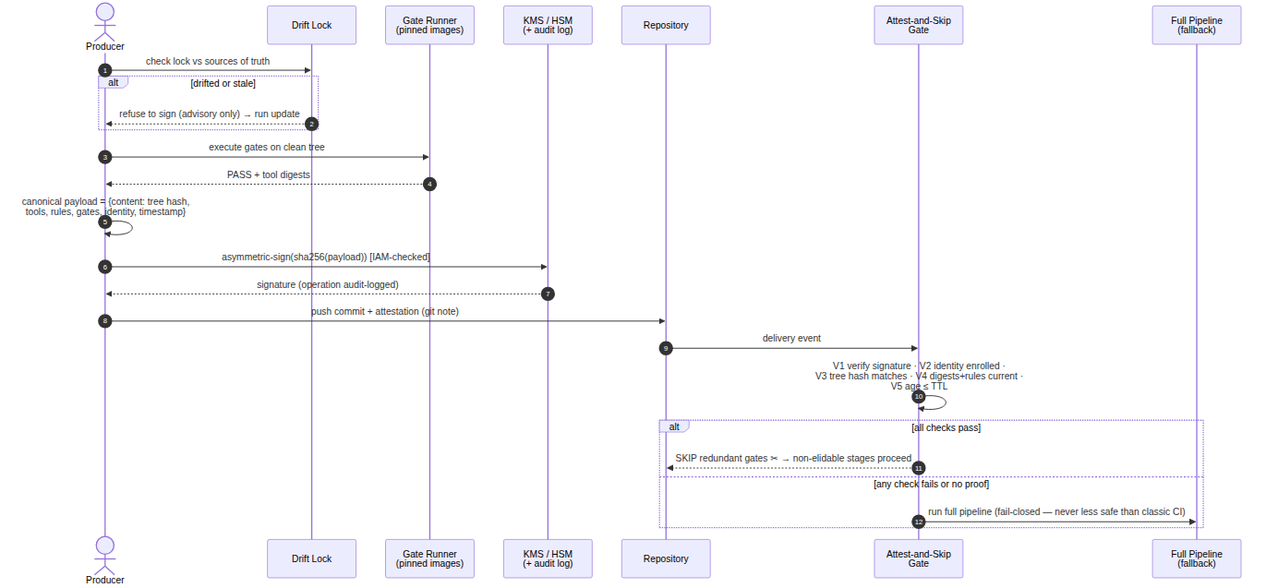
The Mermaid diagram diagrams/attest-and-skip-sequence.png in JackCid89/proof-carrying-pipelines, before a commit. Its source is kept beside it as diagrams/attest-and-skip-sequence.mmd. The source it was exported from:
```mermaid
sequenceDiagram
    autonumber
    actor P as Producer
    participant L as Drift Lock
    participant G as Gate Runner<br/>(pinned images)
    participant K as KMS / HSM<br/>(+ audit log)
    participant R as Repository
    participant V as Attest-and-Skip<br/>Gate
    participant F as Full Pipeline<br/>(fallback)

    P->>L: check lock vs sources of truth
    alt drifted or stale
        L-->>P: refuse to sign (advisory only) → run update
    end
    P->>G: execute gates on clean tree
    G-->>P: PASS + tool digests
    P->>P: canonical payload = {content: tree hash,<br/>tools, rules, gates, identity, timestamp}
    P->>K: asymmetric-sign(sha256(payload)) [IAM-checked]
    K-->>P: signature (operation audit-logged)
    P->>R: push commit + attestation (git note)
    R->>V: delivery event
    V->>V: V1 verify signature · V2 identity enrolled ·<br/>V3 tree hash matches · V4 digests+rules current ·<br/>V5 age ≤ TTL
    alt all checks pass
        V-->>R: SKIP redundant gates ✂ → non-elidable stages proceed
    else any check fails or no proof
        V->>F: run full pipeline (fail-closed — never less safe than classic CI)
    end
```
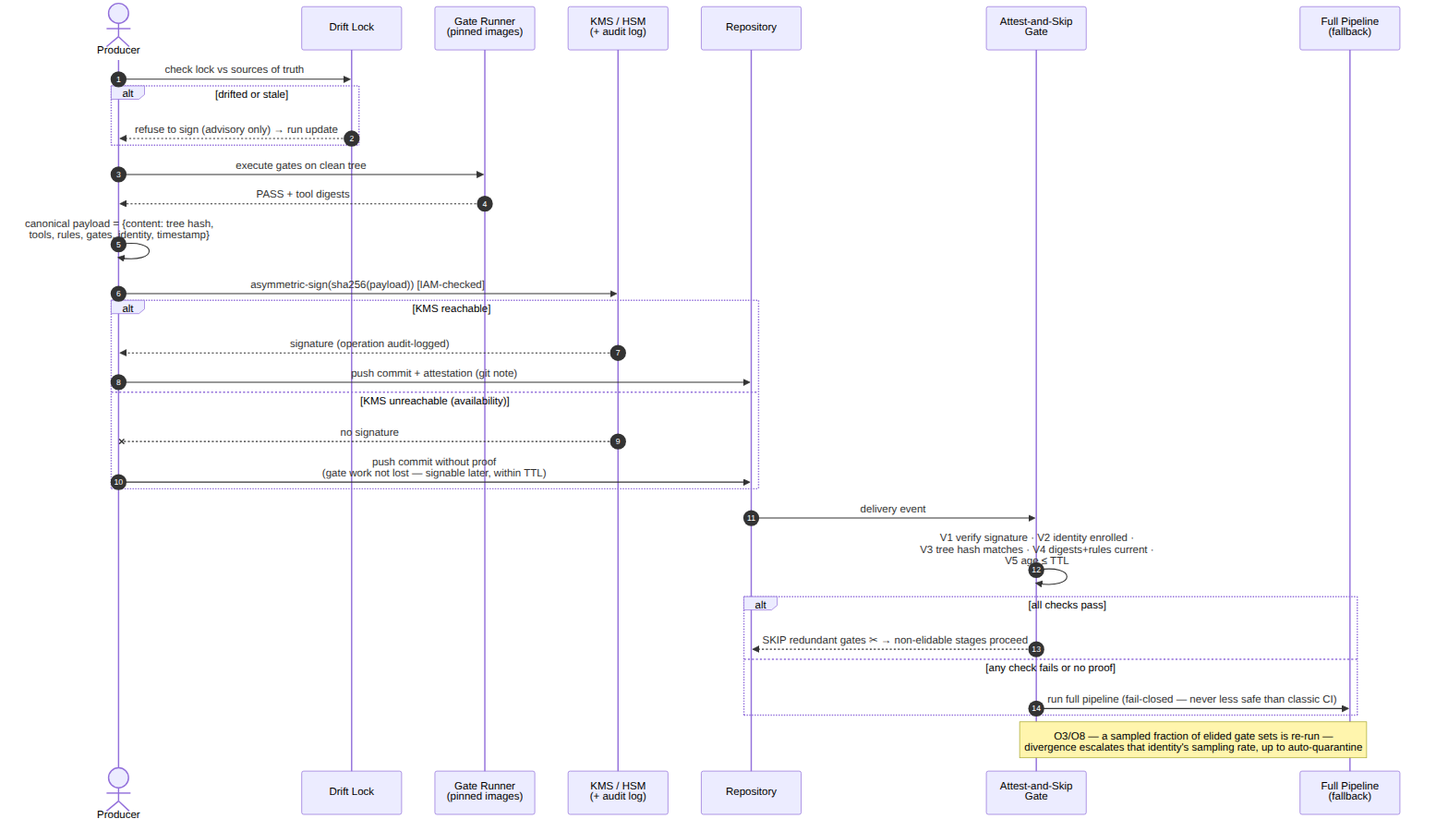
Later version of the same file.

The edit, as a diff of the source:
```diff
@@ -16,8 +16,13 @@
     G-->>P: PASS + tool digests
     P->>P: canonical payload = {content: tree hash,<br/>tools, rules, gates, identity, timestamp}
     P->>K: asymmetric-sign(sha256(payload)) [IAM-checked]
-    K-->>P: signature (operation audit-logged)
-    P->>R: push commit + attestation (git note)
+    alt KMS reachable
+        K-->>P: signature (operation audit-logged)
+        P->>R: push commit + attestation (git note)
+    else KMS unreachable (availability)
+        K--xP: no signature
+        P->>R: push commit without proof<br/>(gate work not lost — signable later, within TTL)
+    end
     R->>V: delivery event
     V->>V: V1 verify signature · V2 identity enrolled ·<br/>V3 tree hash matches · V4 digests+rules current ·<br/>V5 age ≤ TTL
     alt all checks pass
@@ -25,3 +30,4 @@
     else any check fails or no proof
         V->>F: run full pipeline (fail-closed — never less safe than classic CI)
     end
+    Note over V,F: O3/O8 — a sampled fraction of elided gate sets is re-run —<br/>divergence escalates that identity's sampling rate, up to auto-quarantine
```
